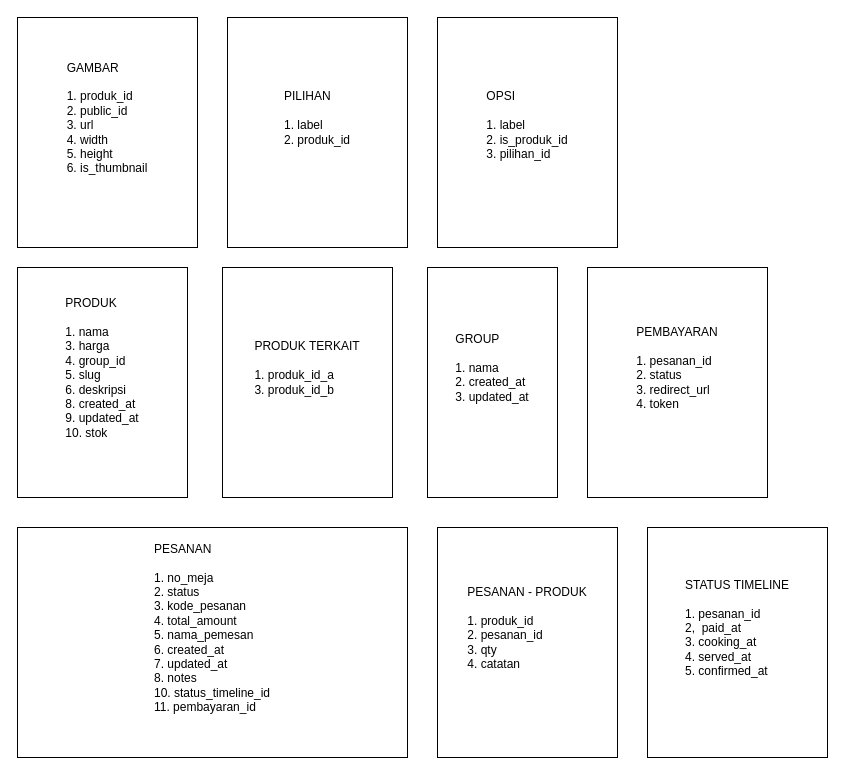
The draw.io diagram self-order.drawio in haveacigarzt/self-order-backend, before the edit. Source tidied: cells renumbered, new cells numbered last; positions are measured from the earlier drawing's top-left corner, leaving out a move shared by most shapes. Both pictures are drawn from the tidied source at 100%, with x=0, y=0 at pixel (17, 17).
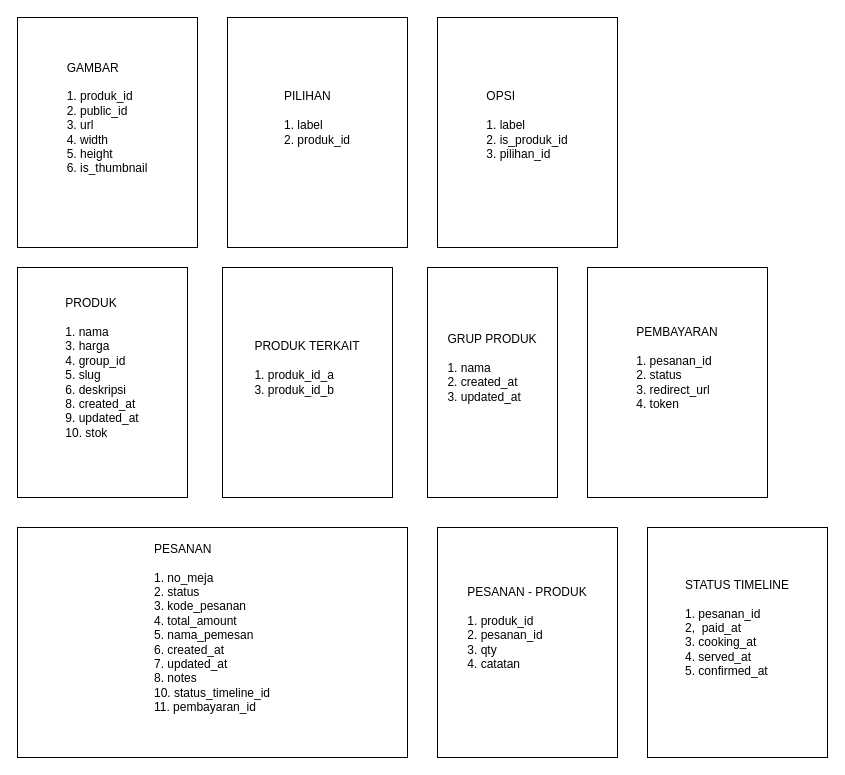
The same diagram, later.

What changed in the source:
```diff
@@
 <mxGraphModel>
   <root>
     <mxCell id="0" />
     <mxCell id="1" parent="0" />
     <mxCell id="2" value="&lt;div style=&quot;text-align: justify;&quot;&gt;&lt;span style=&quot;background-color: transparent; color: light-dark(rgb(0, 0, 0), rgb(255, 255, 255));&quot;&gt;PRODUK&lt;/span&gt;&lt;/div&gt;&lt;div style=&quot;text-align: justify;&quot;&gt;&lt;span style=&quot;background-color: transparent; color: light-dark(rgb(0, 0, 0), rgb(255, 255, 255));&quot;&gt;&lt;br&gt;&lt;/span&gt;&lt;/div&gt;&lt;div style=&quot;text-align: justify;&quot;&gt;&lt;span style=&quot;background-color: transparent; color: light-dark(rgb(0, 0, 0), rgb(255, 255, 255));&quot;&gt;1. nama&lt;/span&gt;&lt;/div&gt;&lt;div style=&quot;text-align: justify;&quot;&gt;&lt;span style=&quot;background-color: transparent; color: light-dark(rgb(0, 0, 0), rgb(255, 255, 255));&quot;&gt;3. harga&lt;/span&gt;&lt;/div&gt;&lt;div style=&quot;text-align: justify;&quot;&gt;&lt;span style=&quot;background-color: transparent; color: light-dark(rgb(0, 0, 0), rgb(255, 255, 255));&quot;&gt;4. group_id&lt;/span&gt;&lt;/div&gt;&lt;div style=&quot;text-align: justify;&quot;&gt;&lt;span style=&quot;background-color: transparent; color: light-dark(rgb(0, 0, 0), rgb(255, 255, 255));&quot;&gt;5. slug&lt;/span&gt;&lt;/div&gt;&lt;div style=&quot;text-align: justify;&quot;&gt;&lt;span style=&quot;background-color: transparent; color: light-dark(rgb(0, 0, 0), rgb(255, 255, 255));&quot;&gt;6. deskripsi&lt;/span&gt;&lt;/div&gt;&lt;div style=&quot;text-align: justify;&quot;&gt;&lt;span style=&quot;background-color: transparent; color: light-dark(rgb(0, 0, 0), rgb(255, 255, 255));&quot;&gt;8. created_at&lt;/span&gt;&lt;/div&gt;&lt;div style=&quot;text-align: justify;&quot;&gt;&lt;span style=&quot;background-color: transparent; color: light-dark(rgb(0, 0, 0), rgb(255, 255, 255));&quot;&gt;9. updated_at&lt;/span&gt;&lt;/div&gt;&lt;div style=&quot;text-align: justify;&quot;&gt;&lt;span style=&quot;background-color: transparent; color: light-dark(rgb(0, 0, 0), rgb(255, 255, 255));&quot;&gt;10. stok&lt;/span&gt;&lt;/div&gt;&lt;div style=&quot;text-align: justify;&quot;&gt;&lt;span style=&quot;background-color: transparent; color: light-dark(rgb(0, 0, 0), rgb(255, 255, 255));&quot;&gt;&lt;br&gt;&lt;/span&gt;&lt;/div&gt;&lt;div style=&quot;text-align: justify;&quot;&gt;&lt;span style=&quot;background-color: transparent; color: light-dark(rgb(0, 0, 0), rgb(255, 255, 255));&quot;&gt;&lt;br&gt;&lt;/span&gt;&lt;/div&gt;" style="rounded=0;whiteSpace=wrap;html=1;" parent="1" vertex="1">
       <mxGeometry y="250" width="170" height="230" as="geometry" />
     </mxCell>
     <mxCell id="3" value="&lt;div style=&quot;text-align: justify;&quot;&gt;&lt;span style=&quot;background-color: transparent; color: light-dark(rgb(0, 0, 0), rgb(255, 255, 255));&quot;&gt;PESANAN&lt;/span&gt;&lt;/div&gt;&lt;div style=&quot;text-align: justify;&quot;&gt;&lt;span style=&quot;background-color: transparent; color: light-dark(rgb(0, 0, 0), rgb(255, 255, 255));&quot;&gt;&lt;br&gt;&lt;/span&gt;&lt;/div&gt;&lt;div style=&quot;text-align: justify;&quot;&gt;&lt;span style=&quot;background-color: transparent; color: light-dark(rgb(0, 0, 0), rgb(255, 255, 255));&quot;&gt;1. no_meja&lt;/span&gt;&lt;/div&gt;&lt;div style=&quot;text-align: justify;&quot;&gt;&lt;span style=&quot;background-color: transparent; color: light-dark(rgb(0, 0, 0), rgb(255, 255, 255));&quot;&gt;2. status&lt;/span&gt;&lt;/div&gt;&lt;div style=&quot;text-align: justify;&quot;&gt;&lt;span style=&quot;background-color: transparent; color: light-dark(rgb(0, 0, 0), rgb(255, 255, 255));&quot;&gt;3. kode_pesanan&lt;/span&gt;&lt;/div&gt;&lt;div style=&quot;text-align: justify;&quot;&gt;&lt;span style=&quot;background-color: transparent; color: light-dark(rgb(0, 0, 0), rgb(255, 255, 255));&quot;&gt;4. total_amount&lt;/span&gt;&lt;/div&gt;&lt;div style=&quot;text-align: justify;&quot;&gt;&lt;span style=&quot;background-color: transparent; color: light-dark(rgb(0, 0, 0), rgb(255, 255, 255));&quot;&gt;5. nama_pemesan&lt;/span&gt;&lt;/div&gt;&lt;div style=&quot;text-align: justify;&quot;&gt;&lt;span style=&quot;background-color: transparent; color: light-dark(rgb(0, 0, 0), rgb(255, 255, 255));&quot;&gt;6. created_at&lt;/span&gt;&lt;/div&gt;&lt;div style=&quot;text-align: justify;&quot;&gt;&lt;span style=&quot;background-color: transparent; color: light-dark(rgb(0, 0, 0), rgb(255, 255, 255));&quot;&gt;7. updated_at&lt;/span&gt;&lt;/div&gt;&lt;div style=&quot;text-align: justify;&quot;&gt;8. notes&lt;/div&gt;&lt;div style=&quot;text-align: justify;&quot;&gt;&lt;span style=&quot;background-color: transparent; color: light-dark(rgb(0, 0, 0), rgb(255, 255, 255));&quot;&gt;10. status_timeline_id&lt;/span&gt;&lt;/div&gt;&lt;div style=&quot;text-align: justify;&quot;&gt;11. pembayaran_id&lt;/div&gt;&lt;div style=&quot;text-align: justify;&quot;&gt;&lt;span style=&quot;background-color: transparent; color: light-dark(rgb(0, 0, 0), rgb(255, 255, 255));&quot;&gt;&lt;br&gt;&lt;/span&gt;&lt;/div&gt;&lt;div style=&quot;text-align: justify;&quot;&gt;&lt;span style=&quot;background-color: transparent; color: light-dark(rgb(0, 0, 0), rgb(255, 255, 255));&quot;&gt;&lt;br&gt;&lt;/span&gt;&lt;/div&gt;" style="rounded=0;whiteSpace=wrap;html=1;" parent="1" vertex="1">
       <mxGeometry y="510" width="390" height="230" as="geometry" />
     </mxCell>
-    <mxCell id="4" value="&lt;div style=&quot;text-align: justify;&quot;&gt;GROUP&lt;/div&gt;&lt;div style=&quot;text-align: justify;&quot;&gt;&lt;span style=&quot;background-color: transparent; color: light-dark(rgb(0, 0, 0), rgb(255, 255, 255));&quot;&gt;&lt;br&gt;&lt;/span&gt;&lt;/div&gt;&lt;div style=&quot;text-align: justify;&quot;&gt;&lt;span style=&quot;background-color: transparent; color: light-dark(rgb(0, 0, 0), rgb(255, 255, 255));&quot;&gt;1. nama&lt;/span&gt;&lt;/div&gt;&lt;div style=&quot;text-align: justify;&quot;&gt;&lt;span style=&quot;background-color: transparent; color: light-dark(rgb(0, 0, 0), rgb(255, 255, 255));&quot;&gt;2. created_at&lt;/span&gt;&lt;/div&gt;&lt;div style=&quot;text-align: justify;&quot;&gt;&lt;span style=&quot;background-color: transparent; color: light-dark(rgb(0, 0, 0), rgb(255, 255, 255));&quot;&gt;3. updated_at&lt;/span&gt;&lt;/div&gt;&lt;div style=&quot;text-align: justify;&quot;&gt;&lt;span style=&quot;background-color: transparent; color: light-dark(rgb(0, 0, 0), rgb(255, 255, 255));&quot;&gt;&lt;br&gt;&lt;/span&gt;&lt;/div&gt;&lt;div style=&quot;text-align: justify;&quot;&gt;&lt;span style=&quot;background-color: transparent; color: light-dark(rgb(0, 0, 0), rgb(255, 255, 255));&quot;&gt;&lt;br&gt;&lt;/span&gt;&lt;/div&gt;" style="rounded=0;whiteSpace=wrap;html=1;" parent="1" vertex="1">
+    <mxCell id="4" value="&lt;div style=&quot;text-align: justify;&quot;&gt;GRUP PRODUK&lt;/div&gt;&lt;div style=&quot;text-align: justify;&quot;&gt;&lt;span style=&quot;background-color: transparent; color: light-dark(rgb(0, 0, 0), rgb(255, 255, 255));&quot;&gt;&lt;br&gt;&lt;/span&gt;&lt;/div&gt;&lt;div style=&quot;text-align: justify;&quot;&gt;&lt;span style=&quot;background-color: transparent; color: light-dark(rgb(0, 0, 0), rgb(255, 255, 255));&quot;&gt;1. nama&lt;/span&gt;&lt;/div&gt;&lt;div style=&quot;text-align: justify;&quot;&gt;&lt;span style=&quot;background-color: transparent; color: light-dark(rgb(0, 0, 0), rgb(255, 255, 255));&quot;&gt;2. created_at&lt;/span&gt;&lt;/div&gt;&lt;div style=&quot;text-align: justify;&quot;&gt;&lt;span style=&quot;background-color: transparent; color: light-dark(rgb(0, 0, 0), rgb(255, 255, 255));&quot;&gt;3. updated_at&lt;/span&gt;&lt;/div&gt;&lt;div style=&quot;text-align: justify;&quot;&gt;&lt;span style=&quot;background-color: transparent; color: light-dark(rgb(0, 0, 0), rgb(255, 255, 255));&quot;&gt;&lt;br&gt;&lt;/span&gt;&lt;/div&gt;&lt;div style=&quot;text-align: justify;&quot;&gt;&lt;span style=&quot;background-color: transparent; color: light-dark(rgb(0, 0, 0), rgb(255, 255, 255));&quot;&gt;&lt;br&gt;&lt;/span&gt;&lt;/div&gt;" style="rounded=0;whiteSpace=wrap;html=1;" parent="1" vertex="1">
       <mxGeometry x="410" y="250" width="130" height="230" as="geometry" />
     </mxCell>
     <mxCell id="5" value="&lt;div style=&quot;text-align: justify;&quot;&gt;PESANAN - PRODUK&lt;/div&gt;&lt;div style=&quot;text-align: justify;&quot;&gt;&lt;span style=&quot;background-color: transparent; color: light-dark(rgb(0, 0, 0), rgb(255, 255, 255));&quot;&gt;&lt;br&gt;&lt;/span&gt;&lt;/div&gt;&lt;div style=&quot;text-align: justify;&quot;&gt;&lt;span style=&quot;background-color: transparent; color: light-dark(rgb(0, 0, 0), rgb(255, 255, 255));&quot;&gt;1. produk_id&lt;/span&gt;&lt;/div&gt;&lt;div style=&quot;text-align: justify;&quot;&gt;&lt;span style=&quot;background-color: transparent; color: light-dark(rgb(0, 0, 0), rgb(255, 255, 255));&quot;&gt;2. pesanan_id&lt;/span&gt;&lt;/div&gt;&lt;div style=&quot;text-align: justify;&quot;&gt;&lt;span style=&quot;background-color: transparent; color: light-dark(rgb(0, 0, 0), rgb(255, 255, 255));&quot;&gt;3. qty&lt;/span&gt;&lt;/div&gt;&lt;div style=&quot;text-align: justify;&quot;&gt;&lt;span style=&quot;background-color: transparent; color: light-dark(rgb(0, 0, 0), rgb(255, 255, 255));&quot;&gt;4. catatan&lt;/span&gt;&lt;/div&gt;&lt;div style=&quot;text-align: justify;&quot;&gt;&lt;span style=&quot;background-color: transparent; color: light-dark(rgb(0, 0, 0), rgb(255, 255, 255));&quot;&gt;&lt;br&gt;&lt;/span&gt;&lt;/div&gt;&lt;div style=&quot;text-align: justify;&quot;&gt;&lt;span style=&quot;background-color: transparent; color: light-dark(rgb(0, 0, 0), rgb(255, 255, 255));&quot;&gt;&lt;br&gt;&lt;/span&gt;&lt;/div&gt;" style="rounded=0;whiteSpace=wrap;html=1;" parent="1" vertex="1">
       <mxGeometry x="420" y="510" width="180" height="230" as="geometry" />
     </mxCell>
     <mxCell id="6" value="&lt;div style=&quot;text-align: justify;&quot;&gt;PEMBAYARAN&lt;/div&gt;&lt;div style=&quot;text-align: justify;&quot;&gt;&lt;span style=&quot;background-color: transparent; color: light-dark(rgb(0, 0, 0), rgb(255, 255, 255));&quot;&gt;&lt;br&gt;&lt;/span&gt;&lt;/div&gt;&lt;div style=&quot;text-align: justify;&quot;&gt;&lt;span style=&quot;background-color: transparent; color: light-dark(rgb(0, 0, 0), rgb(255, 255, 255));&quot;&gt;1. pesanan_id&lt;span style=&quot;white-space: pre;&quot;&gt;&#9;&lt;/span&gt;&lt;/span&gt;&lt;/div&gt;&lt;div style=&quot;text-align: justify;&quot;&gt;&lt;span style=&quot;background-color: transparent; color: light-dark(rgb(0, 0, 0), rgb(255, 255, 255));&quot;&gt;2. status&lt;/span&gt;&lt;/div&gt;&lt;div style=&quot;text-align: justify;&quot;&gt;&lt;span style=&quot;background-color: transparent; color: light-dark(rgb(0, 0, 0), rgb(255, 255, 255));&quot;&gt;3. redirect_url&lt;/span&gt;&lt;/div&gt;&lt;div style=&quot;text-align: justify;&quot;&gt;&lt;span style=&quot;background-color: transparent; color: light-dark(rgb(0, 0, 0), rgb(255, 255, 255));&quot;&gt;4. token&lt;/span&gt;&lt;/div&gt;&lt;div style=&quot;text-align: justify;&quot;&gt;&lt;span style=&quot;background-color: transparent; color: light-dark(rgb(0, 0, 0), rgb(255, 255, 255));&quot;&gt;&lt;br&gt;&lt;/span&gt;&lt;/div&gt;&lt;div style=&quot;text-align: justify;&quot;&gt;&lt;span style=&quot;background-color: transparent; color: light-dark(rgb(0, 0, 0), rgb(255, 255, 255));&quot;&gt;&lt;br&gt;&lt;/span&gt;&lt;/div&gt;" style="rounded=0;whiteSpace=wrap;html=1;" parent="1" vertex="1">
       <mxGeometry x="570" y="250" width="180" height="230" as="geometry" />
     </mxCell>
     <mxCell id="7" value="&lt;div style=&quot;text-align: justify;&quot;&gt;STATUS TIMELINE&lt;/div&gt;&lt;div style=&quot;text-align: justify;&quot;&gt;&lt;span style=&quot;background-color: transparent; color: light-dark(rgb(0, 0, 0), rgb(255, 255, 255));&quot;&gt;&lt;br&gt;&lt;/span&gt;&lt;/div&gt;&lt;div style=&quot;text-align: justify;&quot;&gt;&lt;span style=&quot;background-color: transparent; color: light-dark(rgb(0, 0, 0), rgb(255, 255, 255));&quot;&gt;1. pesanan_id&lt;/span&gt;&lt;/div&gt;&lt;div style=&quot;text-align: justify;&quot;&gt;&lt;span style=&quot;background-color: transparent; color: light-dark(rgb(0, 0, 0), rgb(255, 255, 255));&quot;&gt;2,&amp;nbsp; paid_at&lt;span style=&quot;white-space: pre;&quot;&gt;&#9;&lt;/span&gt;&lt;/span&gt;&lt;/div&gt;&lt;div style=&quot;text-align: justify;&quot;&gt;&lt;span style=&quot;background-color: transparent; color: light-dark(rgb(0, 0, 0), rgb(255, 255, 255));&quot;&gt;3. cooking_at&lt;/span&gt;&lt;/div&gt;&lt;div style=&quot;text-align: justify;&quot;&gt;&lt;span style=&quot;background-color: transparent; color: light-dark(rgb(0, 0, 0), rgb(255, 255, 255));&quot;&gt;4. served_at&lt;/span&gt;&lt;/div&gt;&lt;div style=&quot;text-align: justify;&quot;&gt;&lt;span style=&quot;background-color: transparent; color: light-dark(rgb(0, 0, 0), rgb(255, 255, 255));&quot;&gt;5. confirmed_at&lt;/span&gt;&lt;/div&gt;&lt;div style=&quot;text-align: justify;&quot;&gt;&lt;span style=&quot;background-color: transparent; color: light-dark(rgb(0, 0, 0), rgb(255, 255, 255));&quot;&gt;&lt;br&gt;&lt;/span&gt;&lt;/div&gt;&lt;div style=&quot;text-align: justify;&quot;&gt;&lt;span style=&quot;background-color: transparent; color: light-dark(rgb(0, 0, 0), rgb(255, 255, 255));&quot;&gt;&lt;br&gt;&lt;/span&gt;&lt;/div&gt;" style="rounded=0;whiteSpace=wrap;html=1;" parent="1" vertex="1">
       <mxGeometry x="630" y="510" width="180" height="230" as="geometry" />
     </mxCell>
     <mxCell id="8" value="&lt;div style=&quot;text-align: justify;&quot;&gt;GAMBAR&lt;/div&gt;&lt;div style=&quot;text-align: justify;&quot;&gt;&lt;span style=&quot;background-color: transparent; color: light-dark(rgb(0, 0, 0), rgb(255, 255, 255));&quot;&gt;&lt;br&gt;&lt;/span&gt;&lt;/div&gt;&lt;div style=&quot;text-align: justify;&quot;&gt;&lt;span style=&quot;background-color: transparent; color: light-dark(rgb(0, 0, 0), rgb(255, 255, 255));&quot;&gt;1. produk_id&lt;/span&gt;&lt;/div&gt;&lt;div style=&quot;text-align: justify;&quot;&gt;&lt;span style=&quot;background-color: transparent; color: light-dark(rgb(0, 0, 0), rgb(255, 255, 255));&quot;&gt;2. public_id&lt;span style=&quot;white-space: pre;&quot;&gt;&#9;&lt;/span&gt;&lt;/span&gt;&lt;/div&gt;&lt;div style=&quot;text-align: justify;&quot;&gt;&lt;span style=&quot;background-color: transparent; color: light-dark(rgb(0, 0, 0), rgb(255, 255, 255));&quot;&gt;3. url&lt;/span&gt;&lt;/div&gt;&lt;div style=&quot;text-align: justify;&quot;&gt;&lt;span style=&quot;background-color: transparent; color: light-dark(rgb(0, 0, 0), rgb(255, 255, 255));&quot;&gt;4. width&lt;/span&gt;&lt;/div&gt;&lt;div style=&quot;text-align: justify;&quot;&gt;&lt;span style=&quot;background-color: transparent; color: light-dark(rgb(0, 0, 0), rgb(255, 255, 255));&quot;&gt;5. height&lt;/span&gt;&lt;/div&gt;&lt;div style=&quot;text-align: justify;&quot;&gt;&lt;span style=&quot;background-color: transparent; color: light-dark(rgb(0, 0, 0), rgb(255, 255, 255));&quot;&gt;6. is_thumbnail&lt;/span&gt;&lt;/div&gt;&lt;div style=&quot;text-align: justify;&quot;&gt;&lt;span style=&quot;background-color: transparent; color: light-dark(rgb(0, 0, 0), rgb(255, 255, 255));&quot;&gt;&lt;br&gt;&lt;/span&gt;&lt;/div&gt;&lt;div style=&quot;text-align: justify;&quot;&gt;&lt;span style=&quot;background-color: transparent; color: light-dark(rgb(0, 0, 0), rgb(255, 255, 255));&quot;&gt;&lt;br&gt;&lt;/span&gt;&lt;/div&gt;" style="rounded=0;whiteSpace=wrap;html=1;" parent="1" vertex="1">
       <mxGeometry width="180" height="230" as="geometry" />
     </mxCell>
     <mxCell id="9" value="&lt;div style=&quot;text-align: justify;&quot;&gt;PILIHAN&lt;/div&gt;&lt;div style=&quot;text-align: justify;&quot;&gt;&lt;span style=&quot;background-color: transparent; color: light-dark(rgb(0, 0, 0), rgb(255, 255, 255));&quot;&gt;&lt;br&gt;&lt;/span&gt;&lt;/div&gt;&lt;div style=&quot;text-align: justify;&quot;&gt;&lt;span style=&quot;background-color: transparent; color: light-dark(rgb(0, 0, 0), rgb(255, 255, 255));&quot;&gt;1. label&lt;/span&gt;&lt;/div&gt;&lt;div style=&quot;text-align: justify;&quot;&gt;&lt;span style=&quot;background-color: transparent; color: light-dark(rgb(0, 0, 0), rgb(255, 255, 255));&quot;&gt;2. produk_id&lt;/span&gt;&lt;/div&gt;&lt;div style=&quot;text-align: justify;&quot;&gt;&lt;span style=&quot;background-color: transparent; color: light-dark(rgb(0, 0, 0), rgb(255, 255, 255));&quot;&gt;&lt;br&gt;&lt;/span&gt;&lt;/div&gt;&lt;div style=&quot;text-align: justify;&quot;&gt;&lt;span style=&quot;background-color: transparent; color: light-dark(rgb(0, 0, 0), rgb(255, 255, 255));&quot;&gt;&lt;br&gt;&lt;/span&gt;&lt;/div&gt;" style="rounded=0;whiteSpace=wrap;html=1;" parent="1" vertex="1">
       <mxGeometry x="210" width="180" height="230" as="geometry" />
     </mxCell>
     <mxCell id="10" value="&lt;div style=&quot;text-align: justify;&quot;&gt;OPSI&lt;/div&gt;&lt;div style=&quot;text-align: justify;&quot;&gt;&lt;span style=&quot;background-color: transparent; color: light-dark(rgb(0, 0, 0), rgb(255, 255, 255));&quot;&gt;&lt;br&gt;&lt;/span&gt;&lt;/div&gt;&lt;div style=&quot;text-align: justify;&quot;&gt;&lt;span style=&quot;background-color: transparent; color: light-dark(rgb(0, 0, 0), rgb(255, 255, 255));&quot;&gt;1. label&lt;/span&gt;&lt;/div&gt;&lt;div style=&quot;text-align: justify;&quot;&gt;&lt;span style=&quot;background-color: transparent; color: light-dark(rgb(0, 0, 0), rgb(255, 255, 255));&quot;&gt;2. is_produk_id&lt;/span&gt;&lt;/div&gt;&lt;div style=&quot;text-align: justify;&quot;&gt;&lt;span style=&quot;background-color: transparent; color: light-dark(rgb(0, 0, 0), rgb(255, 255, 255));&quot;&gt;3. pilihan_id&lt;/span&gt;&lt;/div&gt;&lt;div style=&quot;text-align: justify;&quot;&gt;&lt;span style=&quot;background-color: transparent; color: light-dark(rgb(0, 0, 0), rgb(255, 255, 255));&quot;&gt;&lt;br&gt;&lt;/span&gt;&lt;/div&gt;" style="rounded=0;whiteSpace=wrap;html=1;" parent="1" vertex="1">
       <mxGeometry x="420" width="180" height="230" as="geometry" />
     </mxCell>
     <mxCell id="11" value="&lt;div style=&quot;text-align: justify;&quot;&gt;PRODUK TERKAIT&lt;/div&gt;&lt;div style=&quot;text-align: justify;&quot;&gt;&lt;span style=&quot;background-color: transparent; color: light-dark(rgb(0, 0, 0), rgb(255, 255, 255));&quot;&gt;&lt;br&gt;&lt;/span&gt;&lt;/div&gt;&lt;div style=&quot;text-align: justify;&quot;&gt;&lt;span style=&quot;background-color: transparent; color: light-dark(rgb(0, 0, 0), rgb(255, 255, 255));&quot;&gt;1. produk_id_a&lt;/span&gt;&lt;/div&gt;&lt;div style=&quot;text-align: justify;&quot;&gt;&lt;span style=&quot;background-color: transparent; color: light-dark(rgb(0, 0, 0), rgb(255, 255, 255));&quot;&gt;3. produk_id_b&lt;/span&gt;&lt;/div&gt;&lt;div style=&quot;text-align: justify;&quot;&gt;&lt;span style=&quot;background-color: transparent; color: light-dark(rgb(0, 0, 0), rgb(255, 255, 255));&quot;&gt;&lt;br&gt;&lt;/span&gt;&lt;/div&gt;&lt;div style=&quot;text-align: justify;&quot;&gt;&lt;span style=&quot;background-color: transparent; color: light-dark(rgb(0, 0, 0), rgb(255, 255, 255));&quot;&gt;&lt;br&gt;&lt;/span&gt;&lt;/div&gt;" style="rounded=0;whiteSpace=wrap;html=1;" parent="1" vertex="1">
       <mxGeometry x="205" y="250" width="170" height="230" as="geometry" />
     </mxCell>
   </root>
 </mxGraphModel>
```
